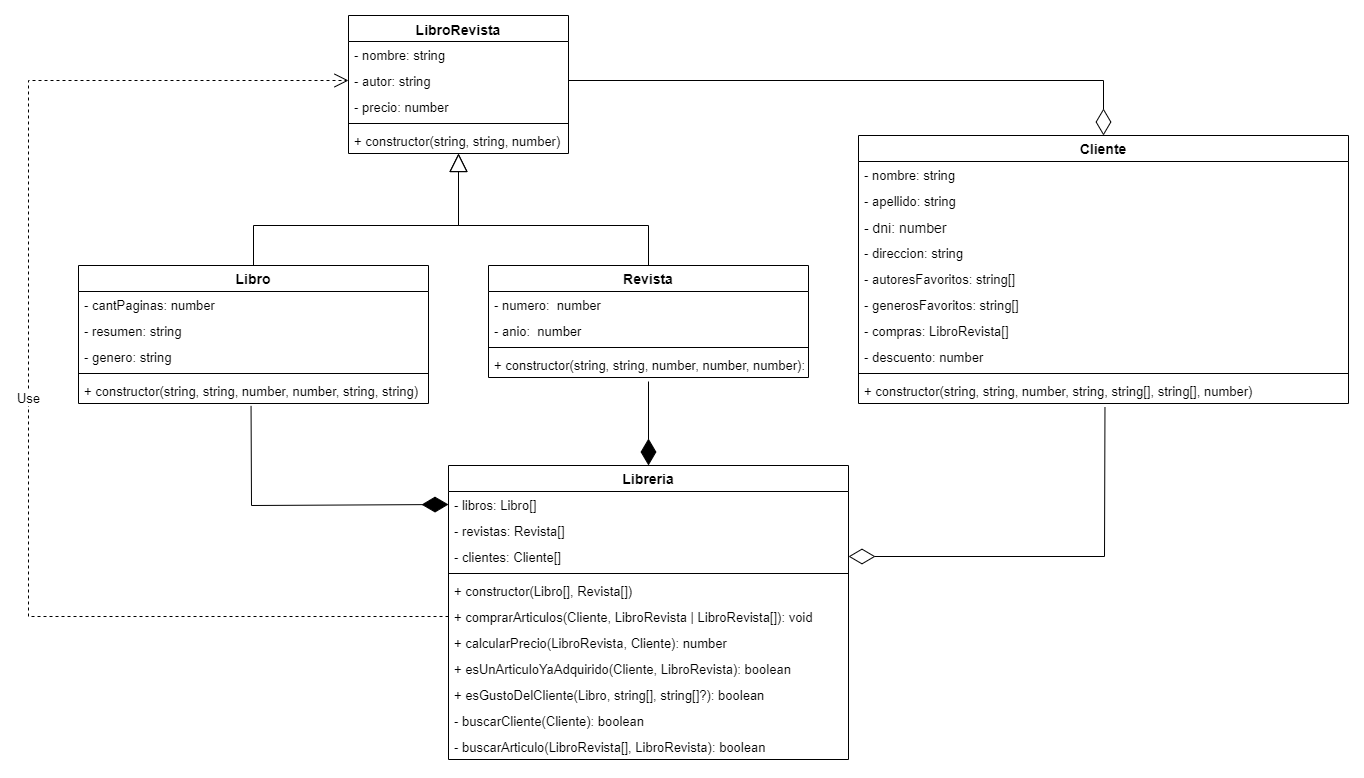
This is UML-Libreria.drawio.png from Javierquidulef01/Entregable-7, a draw.io export, as it was before one commit. Source tidied: cells renumbered, new cells last; positions are measured from the earlier drawing's top-left corner, leaving out a move shared by most shapes.
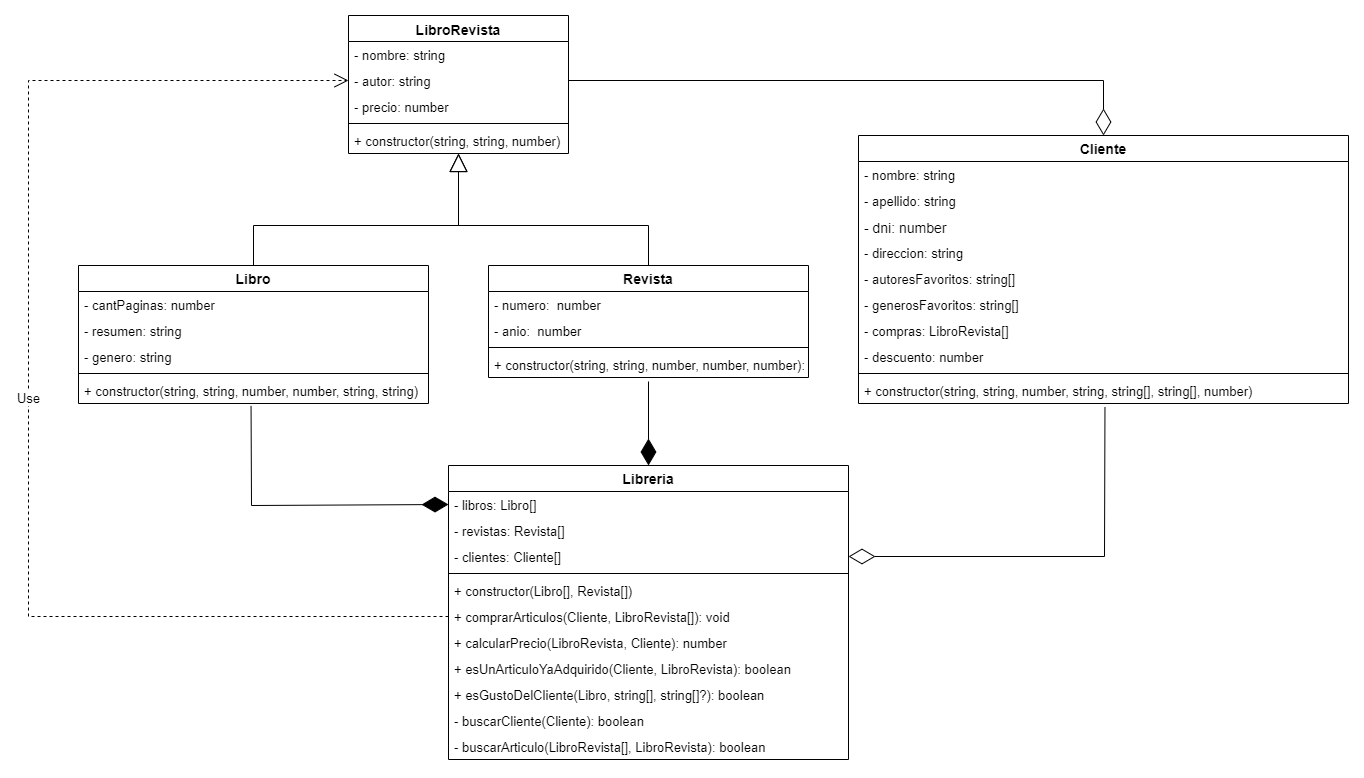
Above is the later version.

Commit message:
UML actualizado

What changed in the source:
```diff
@@ -122,7 +122,7 @@
     <mxCell id="37" value="+ constructor(Libro[], Revista[])" style="text;strokeColor=none;fillColor=none;align=left;verticalAlign=top;spacingLeft=4;spacingRight=4;overflow=hidden;fontFamily=Helvetica;fontSize=13;fontColor=default;" parent="32" vertex="1">
       <mxGeometry y="112" width="400" height="26" as="geometry" />
     </mxCell>
-    <mxCell id="38" value="+ comprarArticulos(Cliente, LibroRevista | LibroRevista[]): void" style="text;strokeColor=none;fillColor=none;align=left;verticalAlign=top;spacingLeft=4;spacingRight=4;overflow=hidden;points=[[0,0.5],[1,0.5]];portConstraint=eastwest;fontFamily=Helvetica;fontSize=13;fontColor=default;" parent="32" vertex="1">
+    <mxCell id="38" value="+ comprarArticulos(Cliente, LibroRevista[]): void" style="text;strokeColor=none;fillColor=none;align=left;verticalAlign=top;spacingLeft=4;spacingRight=4;overflow=hidden;points=[[0,0.5],[1,0.5]];portConstraint=eastwest;fontFamily=Helvetica;fontSize=13;fontColor=default;" parent="32" vertex="1">
       <mxGeometry y="138" width="400" height="26" as="geometry" />
     </mxCell>
     <mxCell id="39" value="+ calcularPrecio(LibroRevista, Cliente): number" style="text;strokeColor=none;fillColor=none;align=left;verticalAlign=top;spacingLeft=4;spacingRight=4;overflow=hidden;fontFamily=Helvetica;fontSize=13;fontColor=default;fontStyle=0;" parent="32" vertex="1">
```
